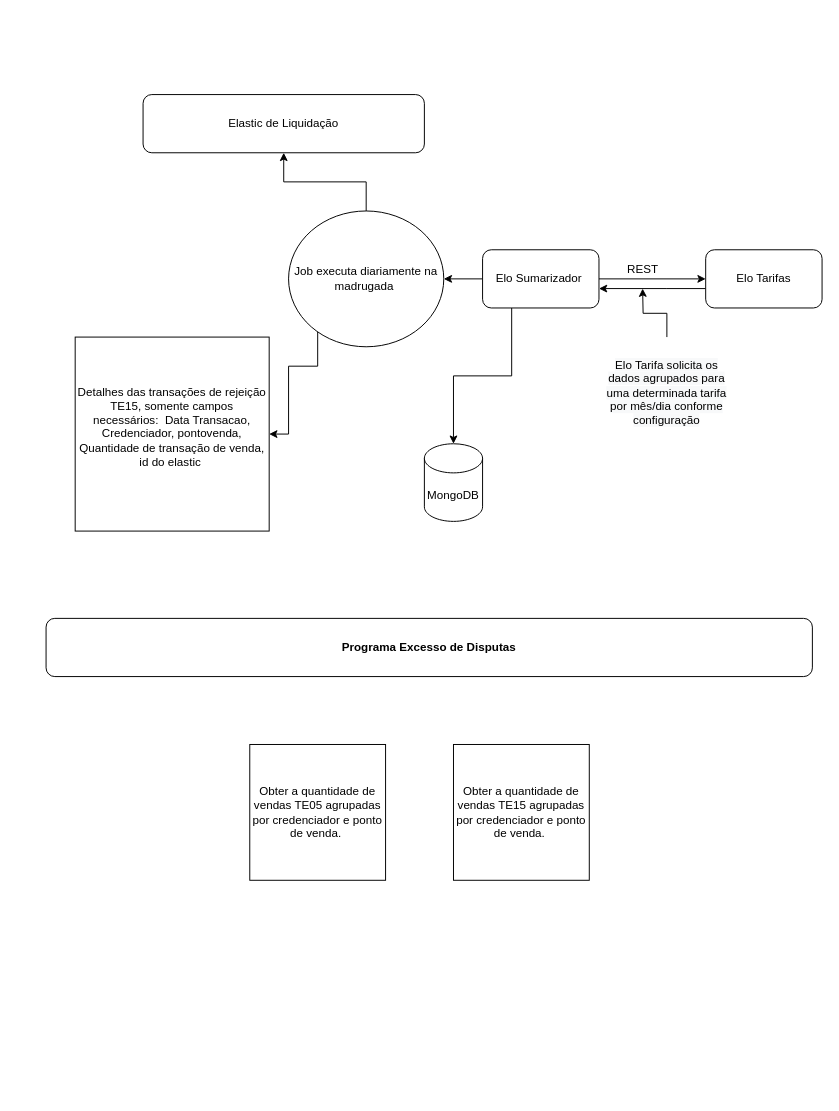
Earlier version of the draw.io diagram Untitled Diagram.drawio (BrunoCatafesta/back-endws). Source tidied: cells renumbered, new cells numbered last; positions are measured from the earlier drawing's top-left corner, leaving out a move shared by most shapes. Both pictures are drawn from the tidied source at 97%, with x=0, y=0 at pixel (46, 94).
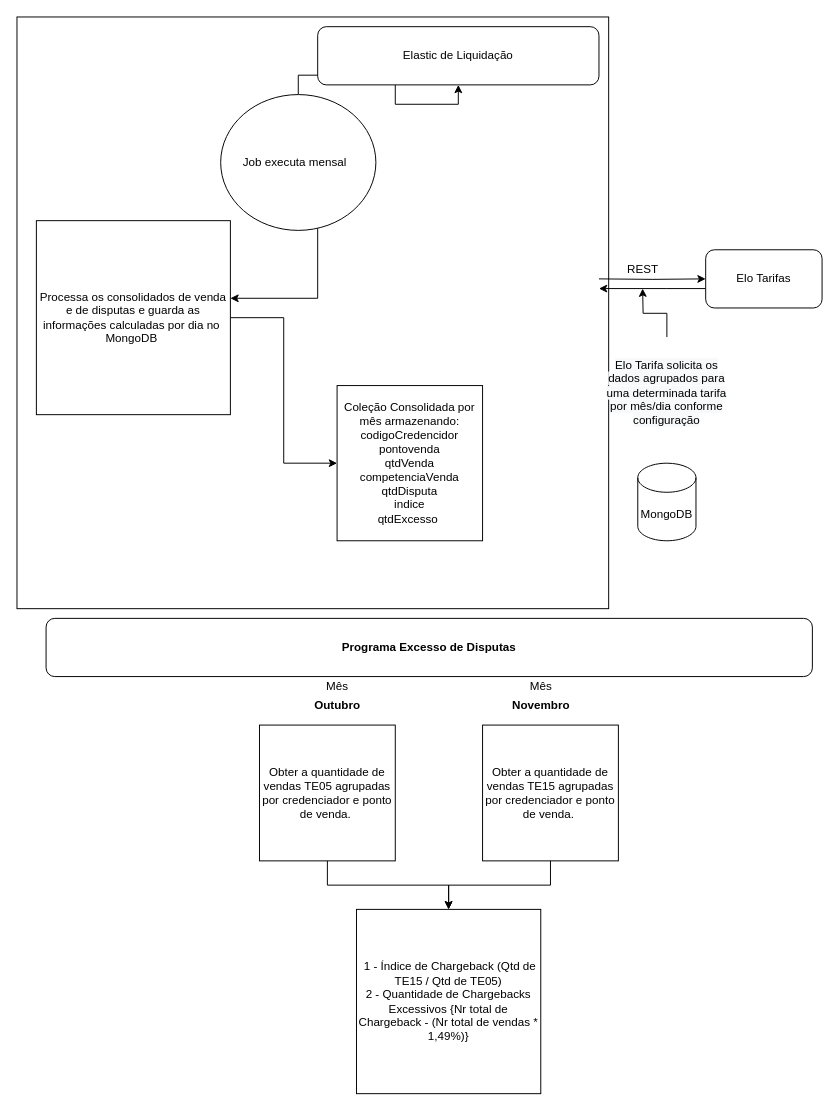
Above is the later version.

The change refers to these unchanged cells:
```xml
<mxCell id="7" value="Elo Tarifas" style="rounded=1;whiteSpace=wrap;html=1;" parent="1" vertex="1">
  <mxGeometry x="680" y="160" width="120" height="60" as="geometry" />
</mxCell>
```

Diff of the diagram source:
```diff
@@
+    <mxCell id="20" style="whiteSpace=wrap;html=1;shadow=0;glass=1;sketch=0;fillColor=none;" parent="1" vertex="1">
+      <mxGeometry x="-30" y="-80" width="610" height="610" as="geometry" />
+    </mxCell>
-    <mxCell id="2" style="edgeStyle=orthogonalEdgeStyle;rounded=0;jettySize=auto;html=1;" parent="1" edge="1" source="5" target="7">
-      <mxGeometry relative="1" as="geometry" />
+    <mxCell id="2" style="edgeStyle=orthogonalEdgeStyle;rounded=0;jettySize=auto;html=1;" parent="1" edge="1" target="7">
+      <mxGeometry relative="1" as="geometry">
+        <mxPoint x="570" y="190" as="sourcePoint" />
+      </mxGeometry>
     </mxCell>
-    <mxCell id="3" style="edgeStyle=orthogonalEdgeStyle;rounded=0;jettySize=auto;html=1;" parent="1" edge="1" source="5" target="11">
-      <mxGeometry relative="1" as="geometry">
-        <Array as="points">
-          <mxPoint x="480" y="290" />
-          <mxPoint x="420" y="290" />
-        </Array>
-      </mxGeometry>
-    </mxCell>
-    <mxCell id="4" style="edgeStyle=orthogonalEdgeStyle;rounded=0;jettySize=auto;html=1;" parent="1" edge="1" source="5" target="10">
-      <mxGeometry relative="1" as="geometry" />
-    </mxCell>
-    <mxCell id="5" value="Elo Sumarizador&amp;nbsp;" style="rounded=1;whiteSpace=wrap;html=1;" parent="1" vertex="1">
-      <mxGeometry x="450" y="160" width="120" height="60" as="geometry" />
-    </mxCell>
-    <mxCell id="6" style="edgeStyle=orthogonalEdgeStyle;rounded=0;jettySize=auto;html=1;" parent="1" edge="1" source="7" target="5">
+    <mxCell id="6" style="edgeStyle=orthogonalEdgeStyle;rounded=0;jettySize=auto;html=1;" parent="1" edge="1" source="7">
       <mxGeometry relative="1" as="geometry">
+        <mxPoint x="570" y="200" as="targetPoint" />
         <Array as="points">
           <mxPoint x="640" y="200" />
           <mxPoint x="640" y="200" />
         </Array>
       </mxGeometry>
     </mxCell>
@@
     <mxCell id="9" style="edgeStyle=orthogonalEdgeStyle;rounded=0;jettySize=auto;html=1;" parent="1" edge="1" source="10" target="12">
       <mxGeometry relative="1" as="geometry">
         <Array as="points">
-          <mxPoint x="280" y="280" />
-          <mxPoint x="250" y="280" />
-          <mxPoint x="250" y="350" />
+          <mxPoint x="280" y="210" />
         </Array>
       </mxGeometry>
     </mxCell>
-    <mxCell id="10" value="Job executa diariamente na madrugada&amp;nbsp;" style="ellipse;whiteSpace=wrap;html=1;" parent="1" vertex="1">
-      <mxGeometry x="250" y="120" width="160" height="140" as="geometry" />
+    <mxCell id="10" value="Job executa mensal&amp;nbsp;&amp;nbsp;" style="ellipse;whiteSpace=wrap;html=1;" parent="1" vertex="1">
+      <mxGeometry x="180" width="160" height="140" as="geometry" />
     </mxCell>
     <mxCell id="11" value="MongoDB" style="shape=cylinder3;whiteSpace=wrap;html=1;boundedLbl=1;backgroundOutline=1;size=15;" parent="1" vertex="1">
-      <mxGeometry x="390" y="360" width="60" height="80" as="geometry" />
+      <mxGeometry x="610" y="380" width="60" height="80" as="geometry" />
     </mxCell>
+    <mxCell id="21" style="edgeStyle=orthogonalEdgeStyle;rounded=0;jettySize=auto;html=1;" parent="1" edge="1" source="12" target="29">
+      <mxGeometry relative="1" as="geometry" />
+    </mxCell>
-    <mxCell id="12" value="Detalhes das transações de rejeição TE15, somente campos necessários:&amp;nbsp; Data Transacao, Credenciador, pontovenda, Quantidade de transação de venda, id do elastic&amp;nbsp;&lt;br&gt;&amp;nbsp;" style="whiteSpace=wrap;html=1;" parent="1" vertex="1">
-      <mxGeometry x="30" y="250" width="200" height="200" as="geometry" />
+    <mxCell id="12" value="Processa os consolidados de venda e de disputas e guarda as informações calculadas por dia no&amp;nbsp;&lt;br&gt;MongoDB&amp;nbsp;" style="whiteSpace=wrap;html=1;" parent="1" vertex="1">
+      <mxGeometry x="-10" y="130" width="200" height="200" as="geometry" />
     </mxCell>
     <mxCell id="13" value="Elastic de Liquidação" style="rounded=1;whiteSpace=wrap;html=1;" parent="1" vertex="1">
-      <mxGeometry x="100" width="290" height="60" as="geometry" />
+      <mxGeometry x="280" y="-70" width="290" height="60" as="geometry" />
     </mxCell>
@@
+    <mxCell id="22" style="edgeStyle=orthogonalEdgeStyle;rounded=0;jettySize=auto;html=1;" parent="1" edge="1" source="18" target="24">
+      <mxGeometry relative="1" as="geometry" />
+    </mxCell>
     <mxCell id="18" value="Obter a quantidade de vendas TE05 agrupadas por credenciador e ponto de venda.&amp;nbsp;" style="whiteSpace=wrap;html=1;shadow=0;glass=1;sketch=0;fillColor=none;" parent="1" vertex="1">
-      <mxGeometry x="210" y="670" width="140" height="140" as="geometry" />
+      <mxGeometry x="220" y="650" width="140" height="140" as="geometry" />
     </mxCell>
+    <mxCell id="23" style="edgeStyle=orthogonalEdgeStyle;rounded=0;jettySize=auto;html=1;" parent="1" edge="1" source="19" target="24">
+      <mxGeometry relative="1" as="geometry" />
+    </mxCell>
     <mxCell id="19" value="Obter a quantidade de vendas TE15 agrupadas por credenciador e ponto de venda.&amp;nbsp;" style="whiteSpace=wrap;html=1;shadow=0;glass=1;sketch=0;fillColor=none;" parent="1" vertex="1">
-      <mxGeometry x="420" y="670" width="140" height="140" as="geometry" />
+      <mxGeometry x="450" y="650" width="140" height="140" as="geometry" />
     </mxCell>
+    <mxCell id="24" value="&lt;div&gt;&amp;nbsp;1 - Índice de Chargeback (Qtd de TE15 / Qtd de TE05)&lt;/div&gt;&lt;div&gt;2 - Quantidade de Chargebacks Excessivos {Nr total de Chargeback - (Nr total de vendas * 1,49%)}&lt;/div&gt;" style="whiteSpace=wrap;html=1;shadow=0;glass=1;sketch=0;fillColor=none;" parent="1" vertex="1">
+      <mxGeometry x="320" y="840" width="190" height="190" as="geometry" />
+    </mxCell>
+    <mxCell id="25" value="Mês" style="text;html=1;align=center;verticalAlign=middle;strokeColor=none;fillColor=none;" parent="1" vertex="1">
+      <mxGeometry x="280" y="600" width="40" height="20" as="geometry" />
+    </mxCell>
+    <mxCell id="26" value="Outubro" style="text;html=1;align=center;verticalAlign=middle;strokeColor=none;fillColor=none;fontStyle=1;" parent="1" vertex="1">
+      <mxGeometry x="270" y="620" width="60" height="20" as="geometry" />
+    </mxCell>
+    <mxCell id="27" value="Mês" style="text;html=1;align=center;verticalAlign=middle;strokeColor=none;fillColor=none;" parent="1" vertex="1">
+      <mxGeometry x="490" y="600" width="40" height="20" as="geometry" />
+    </mxCell>
+    <mxCell id="28" value="Novembro" style="text;html=1;align=center;verticalAlign=middle;strokeColor=none;fillColor=none;fontStyle=1;" parent="1" vertex="1">
+      <mxGeometry x="475" y="620" width="70" height="20" as="geometry" />
+    </mxCell>
+    <mxCell id="29" value="Coleção Consolidada por mês armazenando:&lt;br&gt;codigoCredencidor&lt;br&gt;pontovenda&lt;br&gt;qtdVenda&lt;br&gt;competenciaVenda&lt;br&gt;qtdDisputa&lt;br&gt;indice&lt;br&gt;qtdExcesso&amp;nbsp;" style="rounded=0;whiteSpace=wrap;html=1;shadow=0;glass=1;sketch=0;fillColor=none;" parent="1" vertex="1">
+      <mxGeometry x="300" y="300" width="150" height="160" as="geometry" />
+    </mxCell>
```
